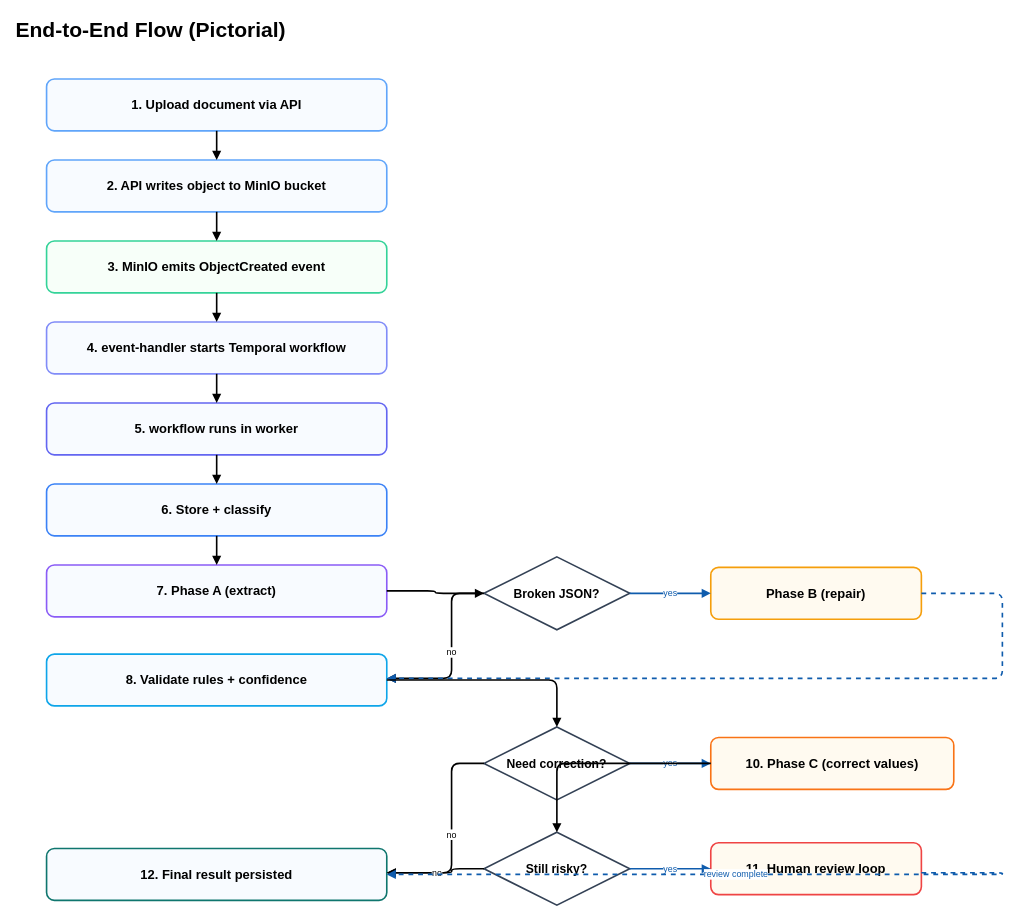
This is docs/diagrams/intake-flow-sequence.drawio from anoopsimon/temporal-llm-orchestrator, a draw.io file, before an edit. Source tidied: cells renumbered, new cells numbered last; positions are measured from the earlier drawing's top-left corner, leaving out a move shared by most shapes. Both pictures are drawn from the tidied source at 81%, with x=0, y=0 at pixel (14, 14).
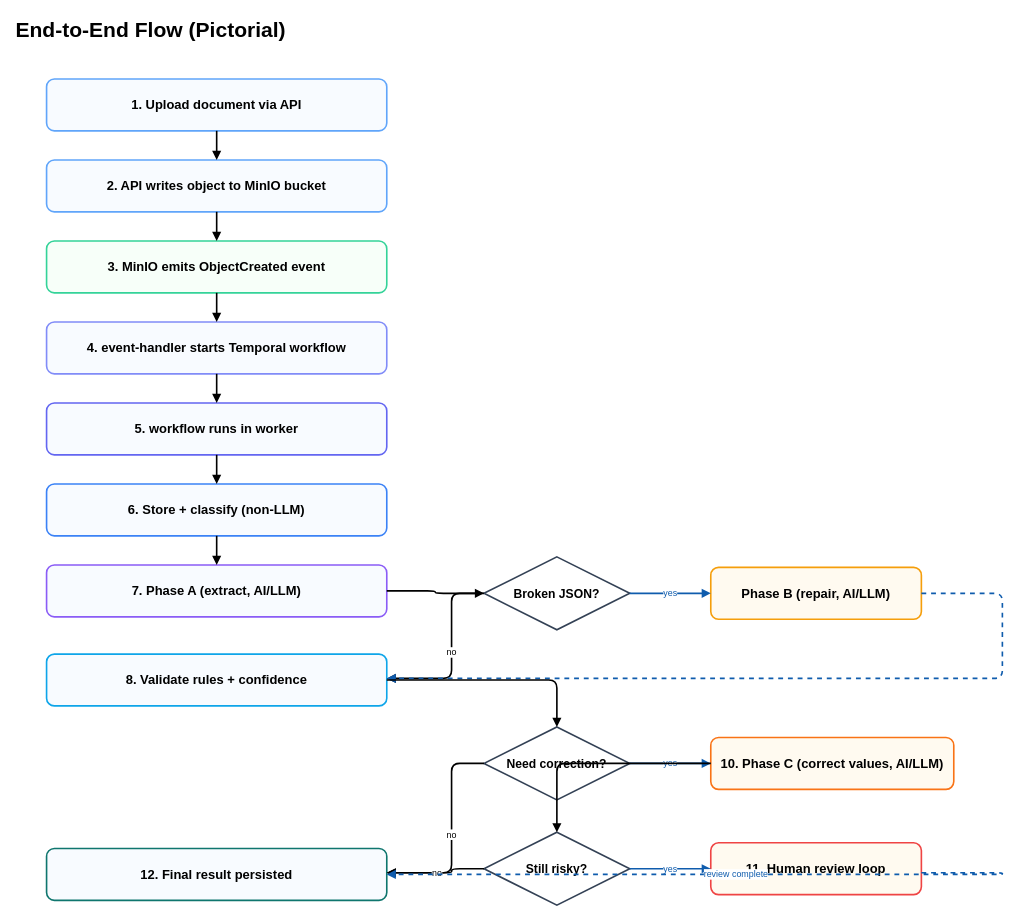
The same page after the edit.

Commit message (it also covers changes not shown here):
docs: label AI/LLM steps in end-to-end flow diagram

What changed in the source:
```diff
@@
-    <mxCell id="8" value="6. Store + classify" style="rounded=1;whiteSpace=wrap;html=1;fillColor=#f8fbff;strokeColor=#3b82f6;strokeWidth=2;fontSize=16;fontStyle=1;" parent="1" vertex="1">
+    <mxCell id="8" value="6. Store + classify (non-LLM)" style="rounded=1;whiteSpace=wrap;html=1;fillColor=#f8fbff;strokeColor=#3b82f6;strokeWidth=2;fontSize=16;fontStyle=1;" parent="1" vertex="1">
       <mxGeometry x="40" y="580" width="420" height="64" as="geometry" />
     </mxCell>
-    <mxCell id="9" value="7. Phase A (extract)" style="rounded=1;whiteSpace=wrap;html=1;fillColor=#f8fbff;strokeColor=#8b5cf6;strokeWidth=2;fontSize=16;fontStyle=1;" parent="1" vertex="1">
+    <mxCell id="9" value="7. Phase A (extract, AI/LLM)" style="rounded=1;whiteSpace=wrap;html=1;fillColor=#f8fbff;strokeColor=#8b5cf6;strokeWidth=2;fontSize=16;fontStyle=1;" parent="1" vertex="1">
       <mxGeometry x="40" y="680" width="420" height="64" as="geometry" />
     </mxCell>
@@
-    <mxCell id="12" value="Phase B (repair)" style="rounded=1;whiteSpace=wrap;html=1;fillColor=#fffaf0;strokeColor=#f59e0b;strokeWidth=2;fontSize=16;fontStyle=1;" parent="1" vertex="1">
+    <mxCell id="12" value="Phase B (repair, AI/LLM)" style="rounded=1;whiteSpace=wrap;html=1;fillColor=#fffaf0;strokeColor=#f59e0b;strokeWidth=2;fontSize=16;fontStyle=1;" parent="1" vertex="1">
       <mxGeometry x="860" y="683" width="260" height="64" as="geometry" />
     </mxCell>
@@
-    <mxCell id="14" value="10. Phase C (correct values)" style="rounded=1;whiteSpace=wrap;html=1;fillColor=#fffaf0;strokeColor=#f97316;strokeWidth=2;fontSize=16;fontStyle=1;" parent="1" vertex="1">
+    <mxCell id="14" value="10. Phase C (correct values, AI/LLM)" style="rounded=1;whiteSpace=wrap;html=1;fillColor=#fffaf0;strokeColor=#f97316;strokeWidth=2;fontSize=16;fontStyle=1;" parent="1" vertex="1">
       <mxGeometry x="860" y="893" width="300" height="64" as="geometry" />
     </mxCell>
```
